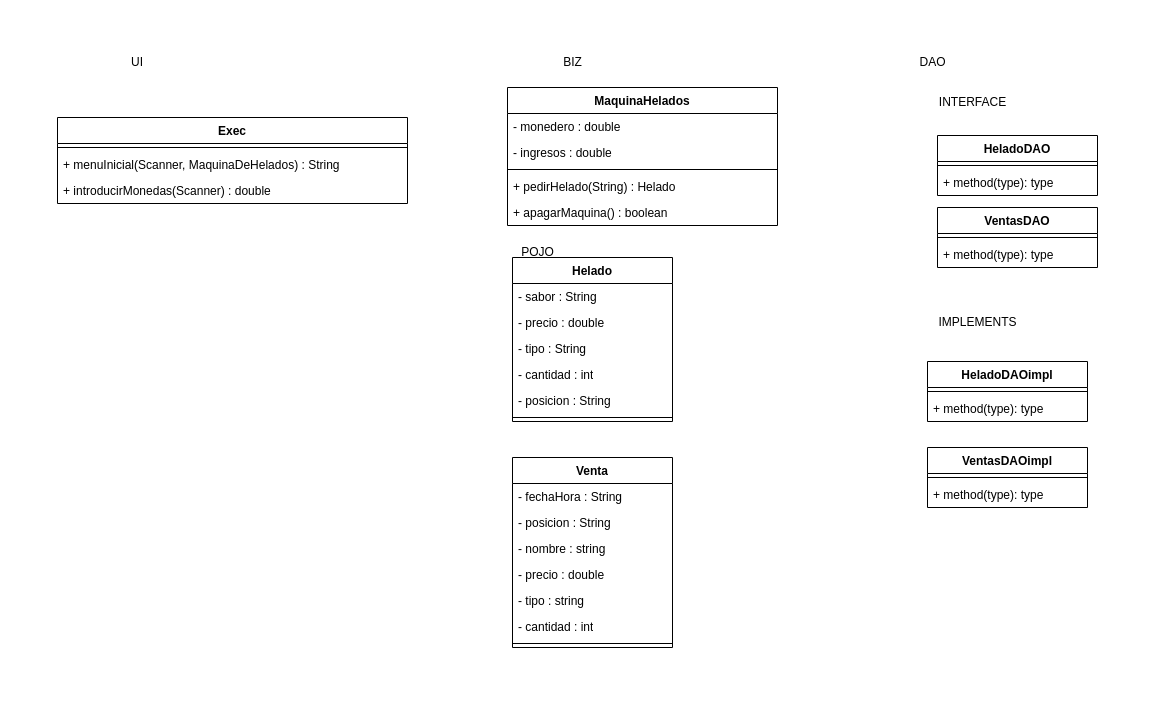
This is MaquinaDeHeladoV6.drawio from gonzaga24/MaquinaHelados, a draw.io file, before an edit. Source tidied: cells renumbered, new cells numbered last; positions are measured from the earlier drawing's top-left corner, leaving out a move shared by most shapes. Both pictures are drawn from the tidied source at 100%, with x=0, y=0 at pixel (57, 47).
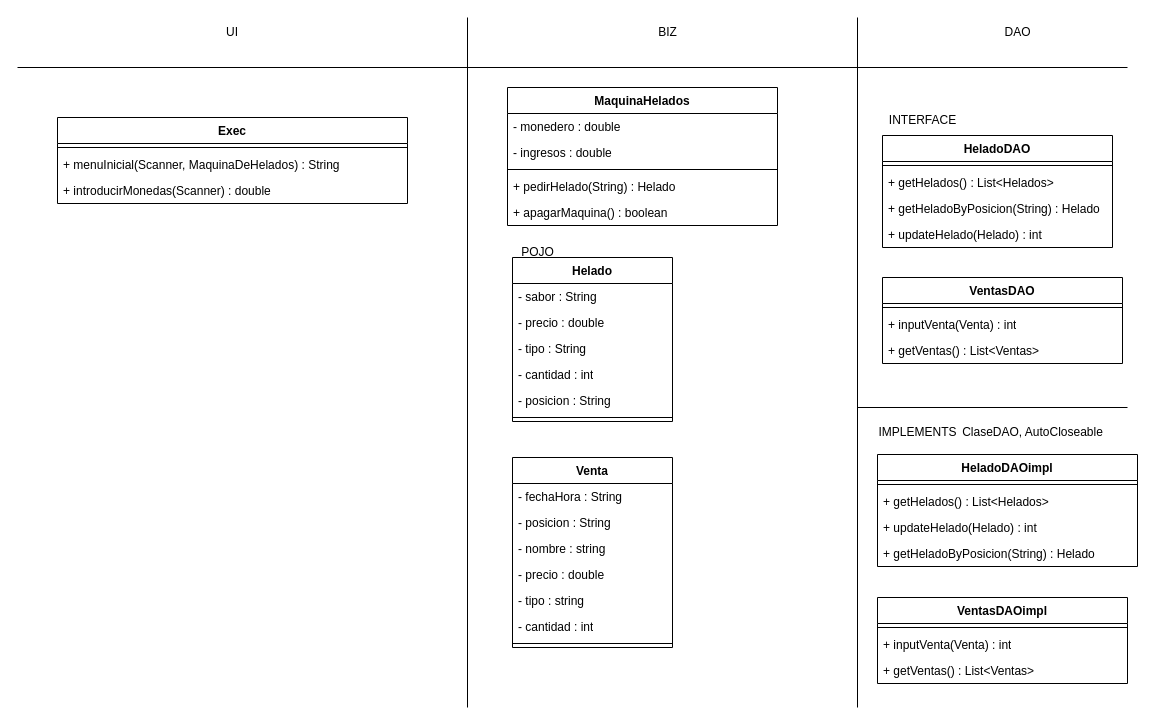
The same diagram, later.

Commit message (it also covers changes not shown here):
Esquema draw.io terminado

What changed in the source:
```diff
@@
     <mxCell id="2" value="UI" style="text;html=1;align=center;verticalAlign=middle;whiteSpace=wrap;rounded=0;" parent="1" vertex="1">
-      <mxGeometry x="50" width="60" height="30" as="geometry" />
+      <mxGeometry x="145" y="-30" width="60" height="30" as="geometry" />
     </mxCell>
     <mxCell id="3" value="BIZ" style="text;html=1;align=center;verticalAlign=middle;strokeColor=none;fillColor=none;" parent="1" vertex="1">
-      <mxGeometry x="495" width="40" height="30" as="geometry" />
+      <mxGeometry x="590" y="-30" width="40" height="30" as="geometry" />
     </mxCell>
     <mxCell id="4" value="DAO" style="text;html=1;align=center;verticalAlign=middle;strokeColor=none;fillColor=none;" parent="1" vertex="1">
-      <mxGeometry x="850" width="50" height="30" as="geometry" />
+      <mxGeometry x="935" y="-30" width="50" height="30" as="geometry" />
     </mxCell>
@@
     <mxCell id="23" value="INTERFACE" style="text;html=1;align=center;verticalAlign=middle;strokeColor=none;fillColor=none;" parent="1" vertex="1">
-      <mxGeometry x="870" y="40" width="90" height="30" as="geometry" />
+      <mxGeometry x="820" y="58" width="90" height="30" as="geometry" />
     </mxCell>
     <mxCell id="24" value="IMPLEMENTS" style="text;html=1;align=center;verticalAlign=middle;strokeColor=none;fillColor=none;" parent="1" vertex="1">
-      <mxGeometry x="870" y="260" width="100" height="30" as="geometry" />
+      <mxGeometry x="810" y="370" width="100" height="30" as="geometry" />
     </mxCell>
     <mxCell id="25" value="HeladoDAO" style="swimlane;fontStyle=1;align=center;verticalAlign=top;horizontal=1;startSize=26;whiteSpace=wrap;html=1;" parent="1" vertex="1">
-      <mxGeometry x="880" y="88" width="160" height="60" as="geometry" />
+      <mxGeometry x="825" y="88" width="230" height="112" as="geometry" />
     </mxCell>
     <mxCell id="26" style="line;strokeWidth=1;fillColor=none;align=left;verticalAlign=middle;spacingTop=-1;spacingLeft=3;spacingRight=3;labelPosition=right;strokeColor=inherit;" parent="25" vertex="1">
-      <mxGeometry y="26" width="160" height="8" as="geometry" />
+      <mxGeometry y="26" width="230" height="8" as="geometry" />
     </mxCell>
-    <mxCell id="27" value="+ method(type): type" style="text;strokeColor=none;fillColor=none;align=left;verticalAlign=top;spacingLeft=4;spacingRight=4;overflow=hidden;whiteSpace=wrap;html=1;" parent="25" vertex="1">
-      <mxGeometry y="34" width="160" height="26" as="geometry" />
+    <mxCell id="27" value="+ getHelados() : List&amp;lt;Helados&amp;gt;" style="text;strokeColor=none;fillColor=none;align=left;verticalAlign=top;spacingLeft=4;spacingRight=4;overflow=hidden;whiteSpace=wrap;html=1;" parent="25" vertex="1">
+      <mxGeometry y="34" width="230" height="26" as="geometry" />
     </mxCell>
+    <mxCell id="45" value="+ getHeladoByPosicion(String) : Helado" style="text;strokeColor=none;fillColor=none;align=left;verticalAlign=top;spacingLeft=4;spacingRight=4;overflow=hidden;whiteSpace=wrap;html=1;" parent="25" vertex="1">
+      <mxGeometry y="60" width="230" height="26" as="geometry" />
+    </mxCell>
+    <mxCell id="46" value="+ updateHelado(Helado) : int" style="text;strokeColor=none;fillColor=none;align=left;verticalAlign=top;spacingLeft=4;spacingRight=4;overflow=hidden;whiteSpace=wrap;html=1;" parent="25" vertex="1">
+      <mxGeometry y="86" width="230" height="26" as="geometry" />
+    </mxCell>
     <mxCell id="28" value="HeladoDAOimpl" style="swimlane;fontStyle=1;align=center;verticalAlign=top;horizontal=1;startSize=26;whiteSpace=wrap;html=1;" parent="1" vertex="1">
-      <mxGeometry x="870" y="314" width="160" height="60" as="geometry" />
+      <mxGeometry x="820" y="407" width="260" height="112" as="geometry" />
     </mxCell>
     <mxCell id="29" style="line;strokeWidth=1;fillColor=none;align=left;verticalAlign=middle;spacingTop=-1;spacingLeft=3;spacingRight=3;labelPosition=right;strokeColor=inherit;" parent="28" vertex="1">
-      <mxGeometry y="26" width="160" height="8" as="geometry" />
+      <mxGeometry y="26" width="260" height="8" as="geometry" />
     </mxCell>
-    <mxCell id="30" value="+ method(type): type" style="text;strokeColor=none;fillColor=none;align=left;verticalAlign=top;spacingLeft=4;spacingRight=4;overflow=hidden;whiteSpace=wrap;html=1;" parent="28" vertex="1">
-      <mxGeometry y="34" width="160" height="26" as="geometry" />
-    </mxCell>
+    <mxCell id="47" value="+ getHelados() : List&amp;lt;Helados&amp;gt;" style="text;strokeColor=none;fillColor=none;align=left;verticalAlign=top;spacingLeft=4;spacingRight=4;overflow=hidden;whiteSpace=wrap;html=1;" parent="28" vertex="1">
+      <mxGeometry y="34" width="260" height="26" as="geometry" />
+    </mxCell>
+    <mxCell id="48" value="+ updateHelado(Helado) : int" style="text;strokeColor=none;fillColor=none;align=left;verticalAlign=top;spacingLeft=4;spacingRight=4;overflow=hidden;whiteSpace=wrap;html=1;" parent="28" vertex="1">
+      <mxGeometry y="60" width="260" height="26" as="geometry" />
+    </mxCell>
+    <mxCell id="49" value="+ getHeladoByPosicion(String) : Helado" style="text;strokeColor=none;fillColor=none;align=left;verticalAlign=top;spacingLeft=4;spacingRight=4;overflow=hidden;whiteSpace=wrap;html=1;" parent="28" vertex="1">
+      <mxGeometry y="86" width="260" height="26" as="geometry" />
+    </mxCell>
     <mxCell id="31" value="VentasDAO" style="swimlane;fontStyle=1;align=center;verticalAlign=top;horizontal=1;startSize=26;whiteSpace=wrap;html=1;" parent="1" vertex="1">
-      <mxGeometry x="880" y="160" width="160" height="60" as="geometry" />
+      <mxGeometry x="825" y="230" width="240" height="86" as="geometry" />
     </mxCell>
     <mxCell id="32" style="line;strokeWidth=1;fillColor=none;align=left;verticalAlign=middle;spacingTop=-1;spacingLeft=3;spacingRight=3;labelPosition=right;strokeColor=inherit;" parent="31" vertex="1">
-      <mxGeometry y="26" width="160" height="8" as="geometry" />
+      <mxGeometry y="26" width="240" height="8" as="geometry" />
     </mxCell>
-    <mxCell id="33" value="+ method(type): type" style="text;strokeColor=none;fillColor=none;align=left;verticalAlign=top;spacingLeft=4;spacingRight=4;overflow=hidden;whiteSpace=wrap;html=1;" parent="31" vertex="1">
-      <mxGeometry y="34" width="160" height="26" as="geometry" />
-    </mxCell>
+    <mxCell id="50" value="+ inputVenta(Venta) : int" style="text;strokeColor=none;fillColor=none;align=left;verticalAlign=top;spacingLeft=4;spacingRight=4;overflow=hidden;whiteSpace=wrap;html=1;" parent="31" vertex="1">
+      <mxGeometry y="34" width="240" height="26" as="geometry" />
+    </mxCell>
+    <mxCell id="51" value="+ getVentas() : List&amp;lt;Ventas&amp;gt;" style="text;strokeColor=none;fillColor=none;align=left;verticalAlign=top;spacingLeft=4;spacingRight=4;overflow=hidden;whiteSpace=wrap;html=1;" parent="31" vertex="1">
+      <mxGeometry y="60" width="240" height="26" as="geometry" />
+    </mxCell>
     <mxCell id="34" value="VentasDAOimpl" style="swimlane;fontStyle=1;align=center;verticalAlign=top;horizontal=1;startSize=26;whiteSpace=wrap;html=1;" parent="1" vertex="1">
-      <mxGeometry x="870" y="400" width="160" height="60" as="geometry" />
+      <mxGeometry x="820" y="550" width="250" height="86" as="geometry" />
     </mxCell>
     <mxCell id="35" style="line;strokeWidth=1;fillColor=none;align=left;verticalAlign=middle;spacingTop=-1;spacingLeft=3;spacingRight=3;labelPosition=right;strokeColor=inherit;" parent="34" vertex="1">
-      <mxGeometry y="26" width="160" height="8" as="geometry" />
+      <mxGeometry y="26" width="250" height="8" as="geometry" />
     </mxCell>
-    <mxCell id="36" value="+ method(type): type" style="text;strokeColor=none;fillColor=none;align=left;verticalAlign=top;spacingLeft=4;spacingRight=4;overflow=hidden;whiteSpace=wrap;html=1;" parent="34" vertex="1">
-      <mxGeometry y="34" width="160" height="26" as="geometry" />
-    </mxCell>
+    <mxCell id="52" value="+ inputVenta(Venta) : int" style="text;strokeColor=none;fillColor=none;align=left;verticalAlign=top;spacingLeft=4;spacingRight=4;overflow=hidden;whiteSpace=wrap;html=1;" parent="34" vertex="1">
+      <mxGeometry y="34" width="250" height="26" as="geometry" />
+    </mxCell>
+    <mxCell id="33" value="+ getVentas() : List&amp;lt;Ventas&amp;gt;" style="text;strokeColor=none;fillColor=none;align=left;verticalAlign=top;spacingLeft=4;spacingRight=4;overflow=hidden;whiteSpace=wrap;html=1;" parent="34" vertex="1">
+      <mxGeometry y="60" width="250" height="26" as="geometry" />
+    </mxCell>
@@
+    <mxCell id="53" style="endArrow=none;html=1;rounded=0;" parent="1" edge="1">
+      <mxGeometry relative="1" as="geometry">
+        <mxPoint x="800" y="660" as="sourcePoint" />
+        <mxPoint x="800" y="-30" as="targetPoint" />
+      </mxGeometry>
+    </mxCell>
+    <mxCell id="54" style="endArrow=none;html=1;rounded=0;" parent="1" edge="1">
+      <mxGeometry relative="1" as="geometry">
+        <mxPoint x="410" y="660" as="sourcePoint" />
+        <mxPoint x="410" y="-30" as="targetPoint" />
+      </mxGeometry>
+    </mxCell>
+    <mxCell id="55" style="endArrow=none;html=1;rounded=0;" parent="1" edge="1">
+      <mxGeometry relative="1" as="geometry">
+        <mxPoint x="-40" y="20" as="sourcePoint" />
+        <mxPoint x="1070" y="20" as="targetPoint" />
+      </mxGeometry>
+    </mxCell>
+    <mxCell id="56" value="ClaseDAO, AutoCloseable" style="text;html=1;align=center;verticalAlign=middle;strokeColor=none;fillColor=none;" parent="1" vertex="1">
+      <mxGeometry x="895" y="370" width="160" height="30" as="geometry" />
+    </mxCell>
+    <mxCell id="57" style="endArrow=none;html=1;rounded=0;" parent="1" edge="1">
+      <mxGeometry relative="1" as="geometry">
+        <mxPoint x="800" y="360" as="sourcePoint" />
+        <mxPoint x="1070" y="360" as="targetPoint" />
+      </mxGeometry>
+    </mxCell>
```
